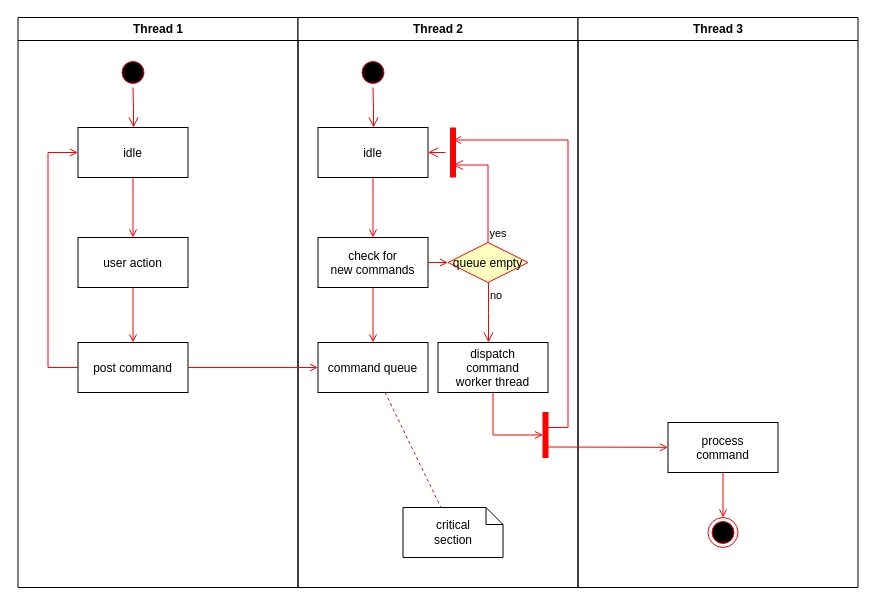
evanzf/Home keeps this draw.io diagram as 未命名绘图.drawio. Above is the earlier version. Source tidied: cells renumbered, new cells numbered last; positions are measured from the earlier drawing's top-left corner, leaving out a move shared by most shapes. Both pictures are drawn from the tidied source at 100%, with x=0, y=0 at pixel (17, 17).
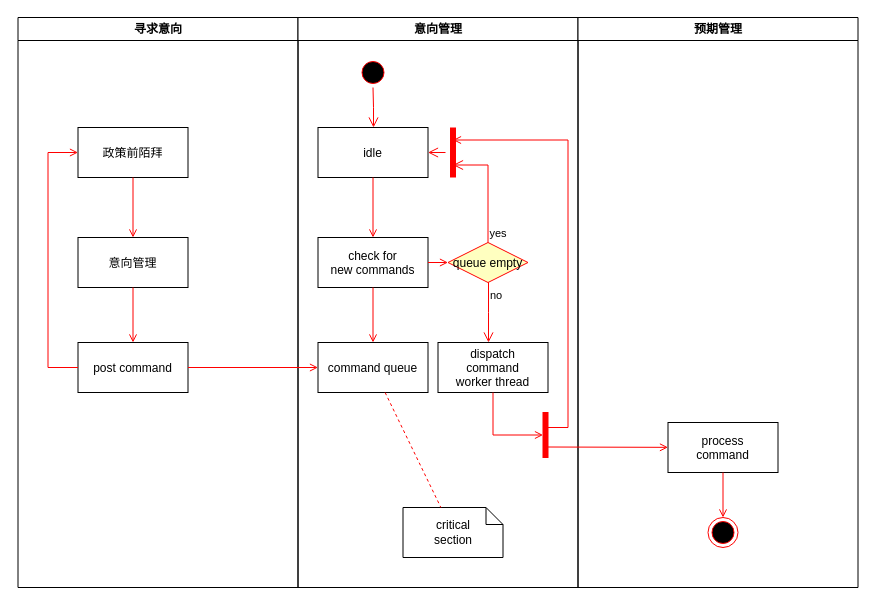
After the change.

Change to the diagram source:
```diff
@@
-    <mxCell id="2" value="Thread 1" style="swimlane;whiteSpace=wrap;" parent="1" vertex="1">
+    <mxCell id="2" value="寻求意向" style="swimlane;whiteSpace=wrap;" parent="1" vertex="1">
       <mxGeometry x="0.5" width="280" height="570" as="geometry" />
     </mxCell>
-    <mxCell id="3" style="ellipse;shape=startState;fillColor=#000000;strokeColor=#ff0000;" parent="2" vertex="1">
-      <mxGeometry x="100" y="40" width="30" height="30" as="geometry" />
-    </mxCell>
-    <mxCell id="4" style="edgeStyle=elbowEdgeStyle;elbow=horizontal;verticalAlign=bottom;endArrow=open;endSize=8;strokeColor=#FF0000;endFill=1;rounded=0;" parent="2" edge="1" source="3" target="5">
-      <mxGeometry x="100" y="40" as="geometry" />
-    </mxCell>
-    <mxCell id="5" value="idle" parent="2" vertex="1">
+    <mxCell id="5" value="政策前陌拜" parent="2" vertex="1">
       <mxGeometry x="60" y="110" width="110" height="50" as="geometry" />
     </mxCell>
-    <mxCell id="6" value="user action" parent="2" vertex="1">
+    <mxCell id="6" value="意向管理" parent="2" vertex="1">
       <mxGeometry x="60" y="220" width="110" height="50" as="geometry" />
     </mxCell>
@@
-    <mxCell id="11" value="Thread 2" style="swimlane;whiteSpace=wrap;" parent="1" vertex="1">
+    <mxCell id="11" value="意向管理" style="swimlane;whiteSpace=wrap;" parent="1" vertex="1">
       <mxGeometry x="280.5" width="280" height="570" as="geometry" />
     </mxCell>
@@
-    <mxCell id="30" value="Thread 3" style="swimlane;whiteSpace=wrap;" parent="1" vertex="1">
+    <mxCell id="30" value="预期管理" style="swimlane;whiteSpace=wrap;" parent="1" vertex="1">
       <mxGeometry x="560.5" width="280" height="570" as="geometry" />
     </mxCell>
```
